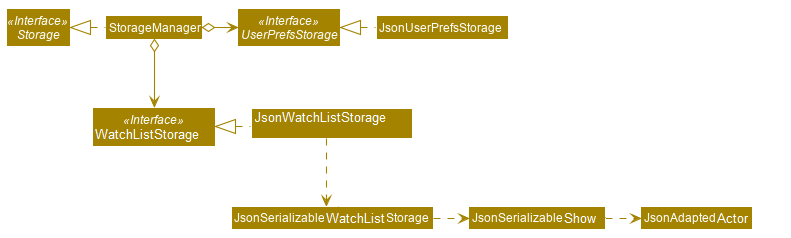
The PlantUML diagram docs/images/StorageClassDiagram.png in nus-cs2103-AY1920S1/addressbook-level3, before a commit.
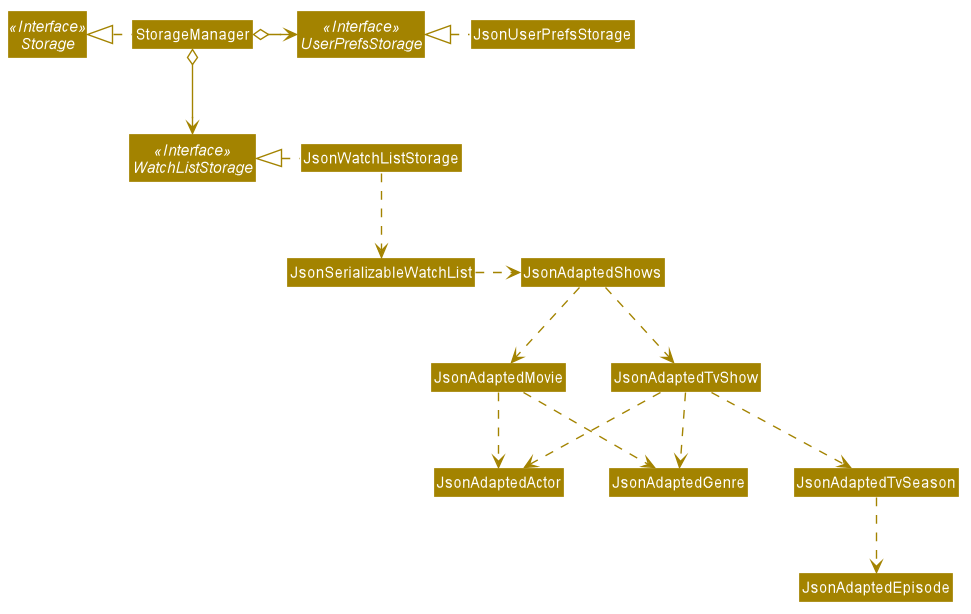
Above is the later version.

Diff of the diagram source:
```diff
@@ -53,19 +53,26 @@
 
 Interface Storage <<Interface>>
 Interface UserPrefsStorage <<Interface>>
-Interface AddressBookStorage <<Interface>>
+Interface WatchListStorage <<Interface>>
 
 Class StorageManager
 Class JsonUserPrefsStorage
-Class JsonAddressBookStorage
+Class JsonWatchListStorage
 
 StorageManager .left.|> Storage
 StorageManager o-right-> UserPrefsStorage
-StorageManager o--> AddressBookStorage
+StorageManager o--> WatchListStorage
 
 JsonUserPrefsStorage .left.|> UserPrefsStorage
-JsonAddressBookStorage .left.|> AddressBookStorage
-JsonAddressBookStorage .down.> JsonSerializableAddressBookStorage
-JsonSerializableAddressBookStorage .right.> JsonSerializablePerson
-JsonSerializablePerson .right.> JsonAdaptedTag
+JsonWatchListStorage .left.|> WatchListStorage
+JsonWatchListStorage .down.> JsonSerializableWatchList
+JsonSerializableWatchList .right.> JsonAdaptedShows
+JsonAdaptedShows .right.> JsonAdaptedMovie
+JsonAdaptedShows .down.> JsonAdaptedTvShow
+JsonAdaptedMovie .down.> JsonAdaptedGenre
+JsonAdaptedTvShow .down.> JsonAdaptedGenre
+JsonAdaptedMovie .down.> JsonAdaptedActor
+JsonAdaptedTvShow .down.> JsonAdaptedActor
+JsonAdaptedTvShow .down.> JsonAdaptedTvSeason
+JsonAdaptedTvSeason .down.> JsonAdaptedEpisode
 @enduml
```
